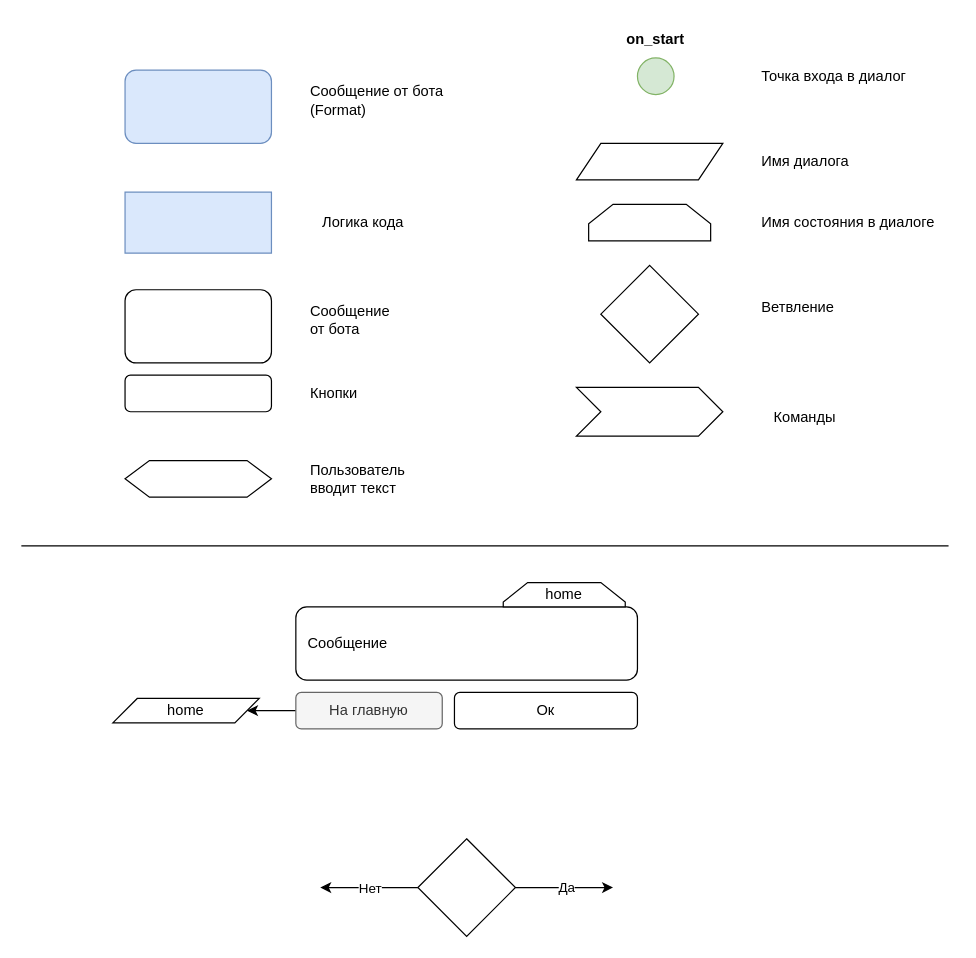
Before: page "Правила" (1 of 8) of lexi-bot.drawio in pasha-danilevich/lexi-bot, a draw.io diagram. Source tidied: cells renumbered, new cells numbered last; positions are measured from the earlier drawing's top-left corner, leaving out a move shared by most shapes. Both pictures are drawn from the tidied source at 122%, with x=0, y=0 at pixel (21, 21).
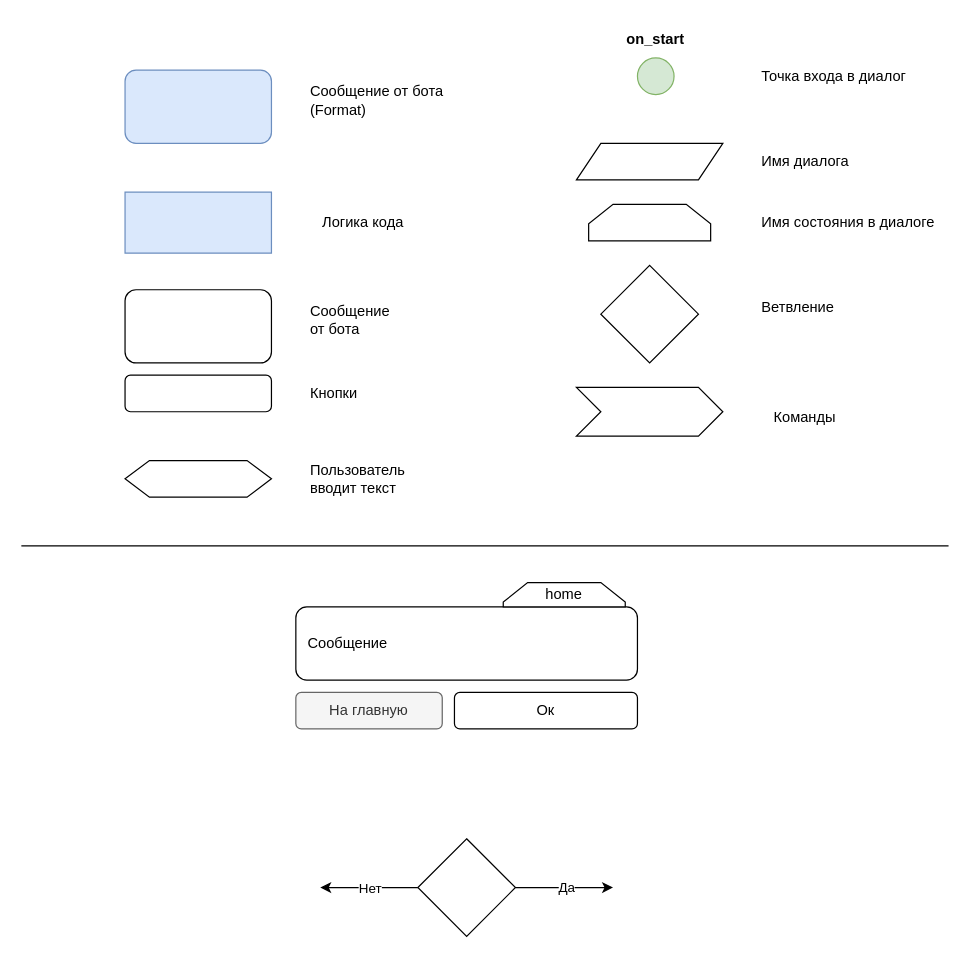
The same page after the edit.

The change refers to these unchanged cells:
```xml
<mxCell id="24" value="На главную" style="rounded=1;whiteSpace=wrap;html=1;spacingLeft=0;align=center;fillColor=#f5f5f5;fontColor=#333333;strokeColor=#666666;" parent="1" vertex="1">
  <mxGeometry x="225" y="550" width="120" height="30" as="geometry" />
</mxCell>
```

The edit, as a diff of the source:
```diff
@@
-    <mxCell id="23" style="edgeStyle=orthogonalEdgeStyle;rounded=0;jettySize=auto;html=1;" parent="1" edge="1" source="24" target="25">
-      <mxGeometry relative="1" as="geometry" />
-    </mxCell>
@@
-    <mxCell id="25" value="home" style="shape=parallelogram;perimeter=parallelogramPerimeter;whiteSpace=wrap;html=1;fixedSize=1;" parent="1" vertex="1">
-      <mxGeometry x="75" y="555" width="120" height="20" as="geometry" />
-    </mxCell>
```
